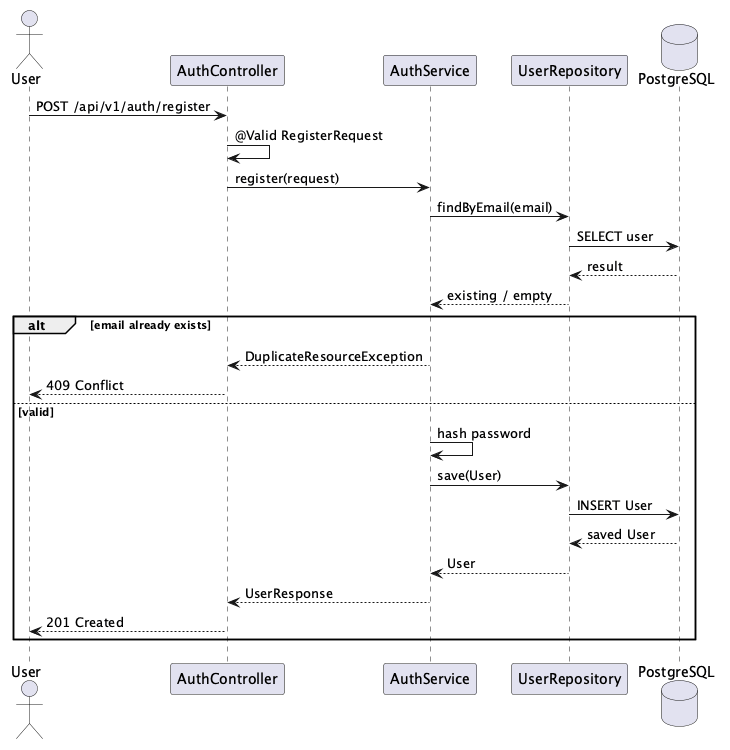
Earlier version of the PlantUML export docs/diagrams/png/04_sequence_register.png (YathichaC/movie-mood). Its diagram source:
```plantuml
@startuml Sequence_Register
actor User
participant "AuthController" as C
participant "AuthService" as S
participant "UserRepository" as R
database "PostgreSQL" as DB

User -> C : POST /api/v1/auth/register
C -> C : @Valid RegisterRequest
C -> S : register(request)
S -> R : findByEmail(email)
R -> DB : SELECT user
DB --> R : result
R --> S : existing / empty

alt email already exists
    S --> C : DuplicateResourceException
    C --> User : 409 Conflict
else valid
    S -> S : hash password
    S -> R : save(User)
    R -> DB : INSERT User
    DB --> R : saved User
    R --> S : User
    S --> C : UserResponse
    C --> User : 201 Created
end
@enduml
```
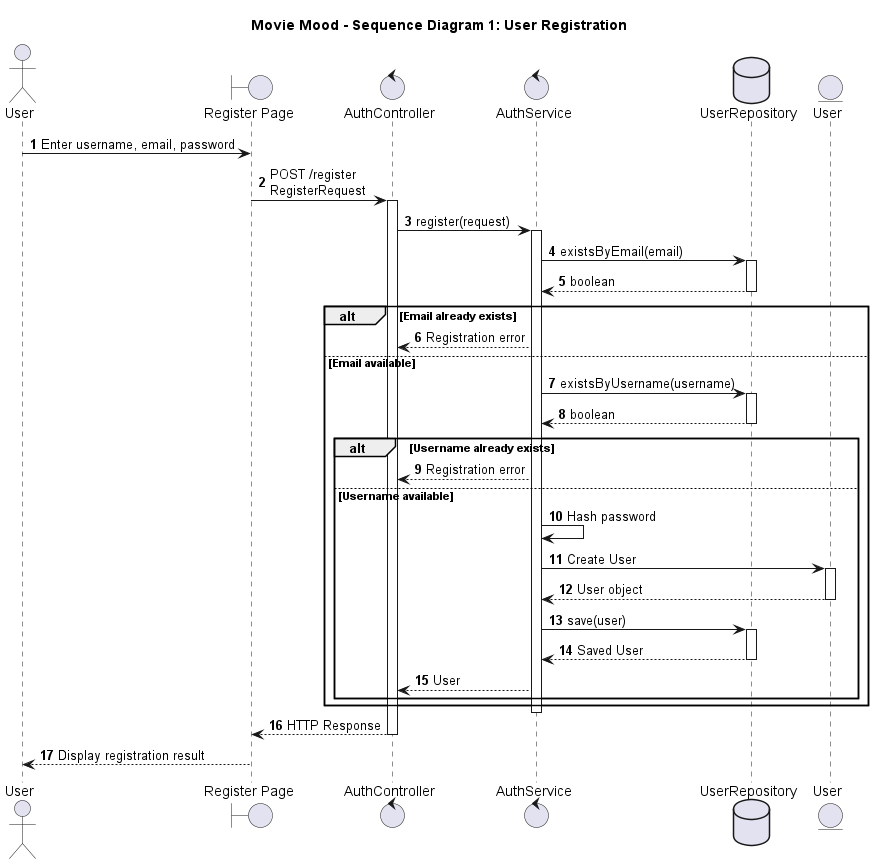
The same file after the commit.

Diff of the diagram source:
```diff
@@ -1,28 +1,58 @@
-@startuml Sequence_Register
+@startuml
+title Movie Mood - Sequence Diagram 1: User Registration
+
+autonumber
+
 actor User
-participant "AuthController" as C
-participant "AuthService" as S
-participant "UserRepository" as R
-database "PostgreSQL" as DB
+boundary "Register Page" as Page
+control "AuthController" as Controller
+control "AuthService" as Service
+database "UserRepository" as Repo
+entity "User" as UserEntity
 
-User -> C : POST /api/v1/auth/register
-C -> C : @Valid RegisterRequest
-C -> S : register(request)
-S -> R : findByEmail(email)
-R -> DB : SELECT user
-DB --> R : result
-R --> S : existing / empty
+User -> Page : Enter username, email, password
+Page -> Controller : POST /register\nRegisterRequest
+activate Controller
 
-alt email already exists
-    S --> C : DuplicateResourceException
-    C --> User : 409 Conflict
-else valid
-    S -> S : hash password
-    S -> R : save(User)
-    R -> DB : INSERT User
-    DB --> R : saved User
-    R --> S : User
-    S --> C : UserResponse
-    C --> User : 201 Created
+Controller -> Service : register(request)
+activate Service
+
+Service -> Repo : existsByEmail(email)
+activate Repo
+Repo --> Service : boolean
+deactivate Repo
+
+alt Email already exists
+    Service --> Controller : Registration error
+else Email available
+    Service -> Repo : existsByUsername(username)
+    activate Repo
+    Repo --> Service : boolean
+    deactivate Repo
+
+    alt Username already exists
+        Service --> Controller : Registration error
+    else Username available
+        Service -> Service : Hash password
+        Service -> UserEntity : Create User
+        activate UserEntity
+        UserEntity --> Service : User object
+        deactivate UserEntity
+
+        Service -> Repo : save(user)
+        activate Repo
+        Repo --> Service : Saved User
+        deactivate Repo
+
+        Service --> Controller : User
+    end
 end
+
+deactivate Service
+
+Controller --> Page : HTTP Response
+deactivate Controller
+
+Page --> User : Display registration result
+
 @enduml
```
